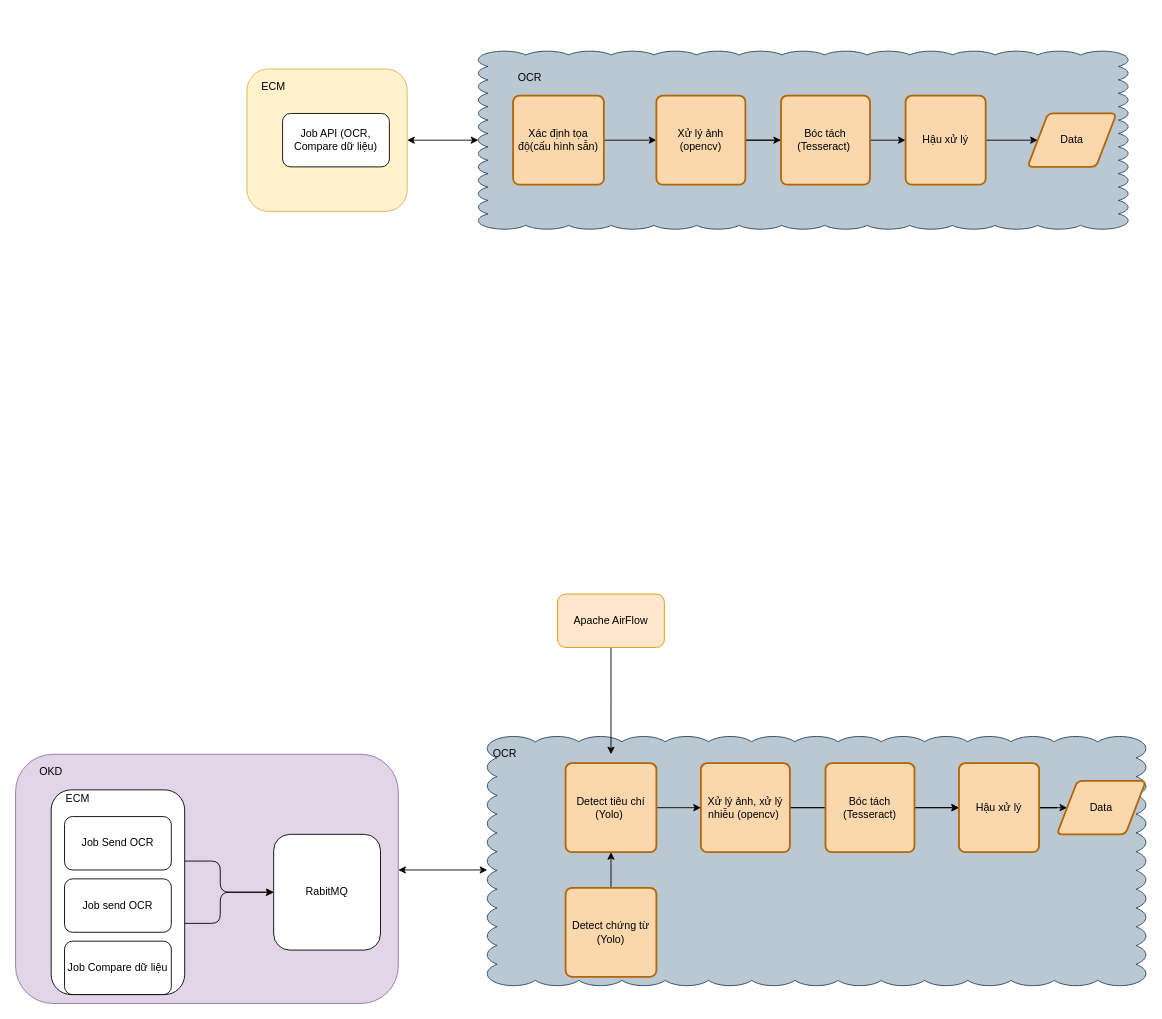
Before: Untitled Diagram.drawio in chuyendq9x/adm, a draw.io diagram. Source tidied: cells renumbered, new cells numbered last; positions are measured from the earlier drawing's top-left corner, leaving out a move shared by most shapes. Both pictures are drawn from the tidied source at 89%, with x=0, y=0 at pixel (15, 51).
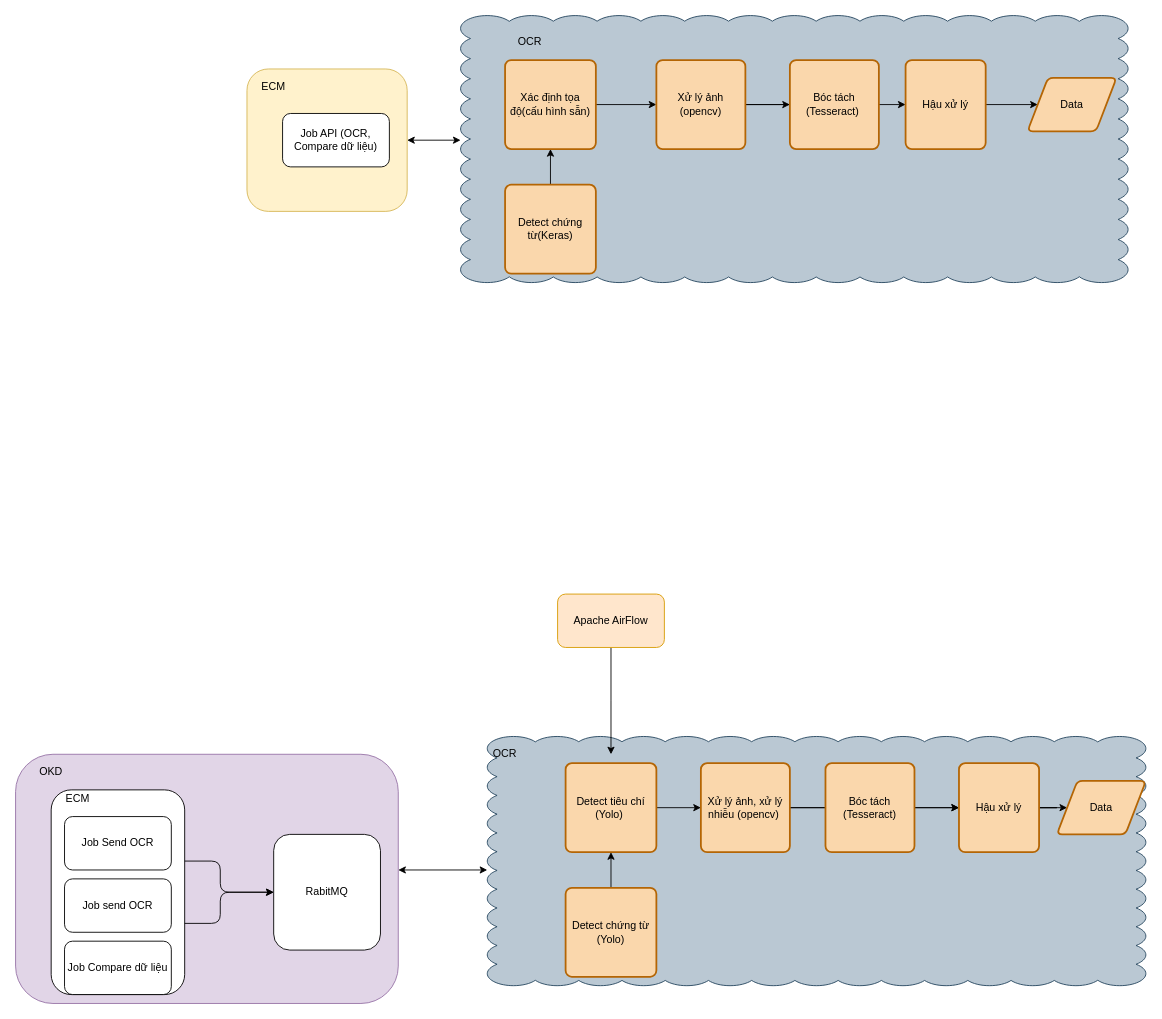
After the change.

Unchanged cells that the change refers to:
```xml
<mxCell id="3" style="rounded=1;whiteSpace=wrap;html=1;fillColor=#fff2cc;strokeColor=#d6b656;" parent="1" vertex="1">
  <mxGeometry x="260" y="20" width="180" height="160" as="geometry" />
</mxCell>
```

What changed in the source:
```diff
@@
     <mxCell id="21" style="whiteSpace=wrap;html=1;shape=mxgraph.basic.cloud_rect;fillColor=#bac8d3;strokeColor=#23445d;" parent="1" vertex="1">
-      <mxGeometry x="520" width="730" height="200" as="geometry" />
+      <mxGeometry x="500" y="-40" width="750" height="300" as="geometry" />
     </mxCell>
@@
     <mxCell id="23" value="Xác định tọa độ(cấu hình sẵn)" style="rounded=1;whiteSpace=wrap;html=1;absoluteArcSize=1;arcSize=14;strokeWidth=2;fillColor=#fad7ac;strokeColor=#b46504;" parent="1" vertex="1">
-      <mxGeometry x="559" y="50" width="102" height="100" as="geometry" />
+      <mxGeometry x="550" y="10" width="102" height="100" as="geometry" />
     </mxCell>
@@
     <mxCell id="26" value="&lt;span&gt;Xử lý ảnh&lt;br&gt;(opencv)&lt;br&gt;&lt;/span&gt;" style="rounded=1;whiteSpace=wrap;html=1;absoluteArcSize=1;arcSize=14;strokeWidth=2;fillColor=#fad7ac;strokeColor=#b46504;" parent="1" vertex="1">
-      <mxGeometry x="720" y="50" width="100" height="100" as="geometry" />
+      <mxGeometry x="720" y="10" width="100" height="100" as="geometry" />
     </mxCell>
@@
     <mxCell id="28" value="&lt;span&gt;Hậu xử lý&lt;/span&gt;" style="rounded=1;whiteSpace=wrap;html=1;absoluteArcSize=1;arcSize=14;strokeWidth=2;fillColor=#fad7ac;strokeColor=#b46504;" parent="1" vertex="1">
-      <mxGeometry x="1000" y="50" width="90" height="100" as="geometry" />
+      <mxGeometry x="1000" y="10" width="90" height="100" as="geometry" />
     </mxCell>
     <mxCell id="29" value="Data" style="shape=parallelogram;html=1;strokeWidth=2;perimeter=parallelogramPerimeter;whiteSpace=wrap;rounded=1;arcSize=12;size=0.23;fillColor=#fad7ac;strokeColor=#b46504;" parent="1" vertex="1">
-      <mxGeometry x="1137" y="70" width="100" height="60" as="geometry" />
+      <mxGeometry x="1137" y="30" width="100" height="60" as="geometry" />
     </mxCell>
     <mxCell id="30" value="OCR" style="text;html=1;strokeColor=none;fillColor=none;align=center;verticalAlign=middle;whiteSpace=wrap;rounded=0;" parent="1" vertex="1">
-      <mxGeometry x="538" y="20" width="80" height="20" as="geometry" />
+      <mxGeometry x="538" y="-20" width="80" height="20" as="geometry" />
     </mxCell>
@@
     <mxCell id="32" style="endArrow=classic;startArrow=classic;html=1;exitX=1;exitY=0.5;exitDx=0;exitDy=0;exitPerimeter=0;" parent="1" edge="1" source="3">
       <mxGeometry relative="1" as="geometry">
-        <mxPoint x="520" y="100" as="targetPoint" />
+        <mxPoint x="500" y="100" as="targetPoint" />
       </mxGeometry>
     </mxCell>
@@
     <mxCell id="34" value="&lt;span&gt;Bóc tách&lt;br&gt;(Tesseract)&amp;nbsp;&lt;/span&gt;" style="rounded=1;whiteSpace=wrap;html=1;absoluteArcSize=1;arcSize=14;strokeWidth=2;fillColor=#fad7ac;strokeColor=#b46504;" parent="1" vertex="1">
-      <mxGeometry x="860" y="50" width="100" height="100" as="geometry" />
+      <mxGeometry x="870" y="10" width="100" height="100" as="geometry" />
     </mxCell>
@@
+    <mxCell id="44" style="edgeStyle=orthogonalEdgeStyle;rounded=0;jettySize=auto;html=1;" parent="1" edge="1" source="45" target="23">
+      <mxGeometry relative="1" as="geometry" />
+    </mxCell>
+    <mxCell id="45" value="Detect chứng từ(Keras)" style="rounded=1;whiteSpace=wrap;html=1;absoluteArcSize=1;arcSize=14;strokeWidth=2;fillColor=#fad7ac;strokeColor=#b46504;" parent="1" vertex="1">
+      <mxGeometry x="550" y="150" width="102" height="100" as="geometry" />
+    </mxCell>
```
